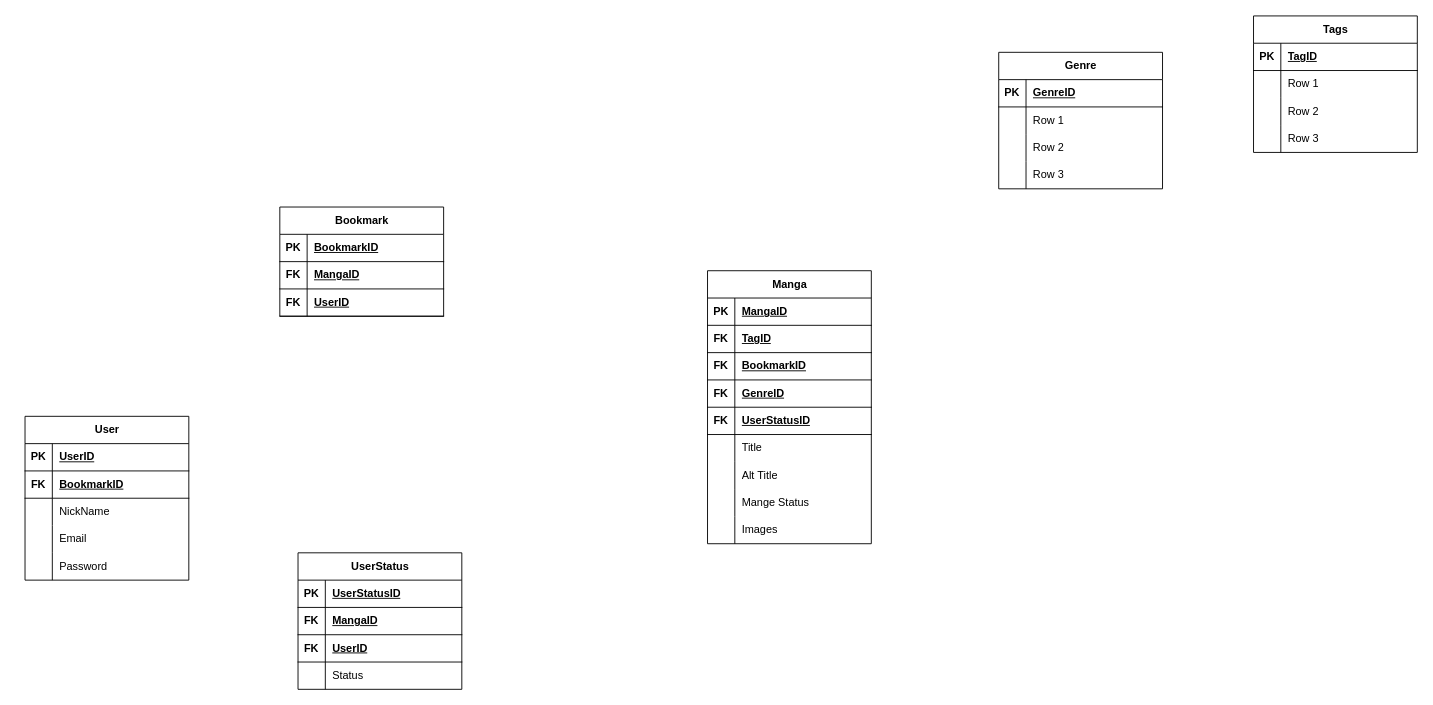
Above: Untitled Diagram.drawio in ArataKido/MangaLore (draw.io), before the change. Source tidied: cells renumbered, new cells numbered last; positions are measured from the earlier drawing's top-left corner, leaving out a move shared by most shapes. Both pictures are drawn from the tidied source at 91%, with x=0, y=0 at pixel (25, 15).
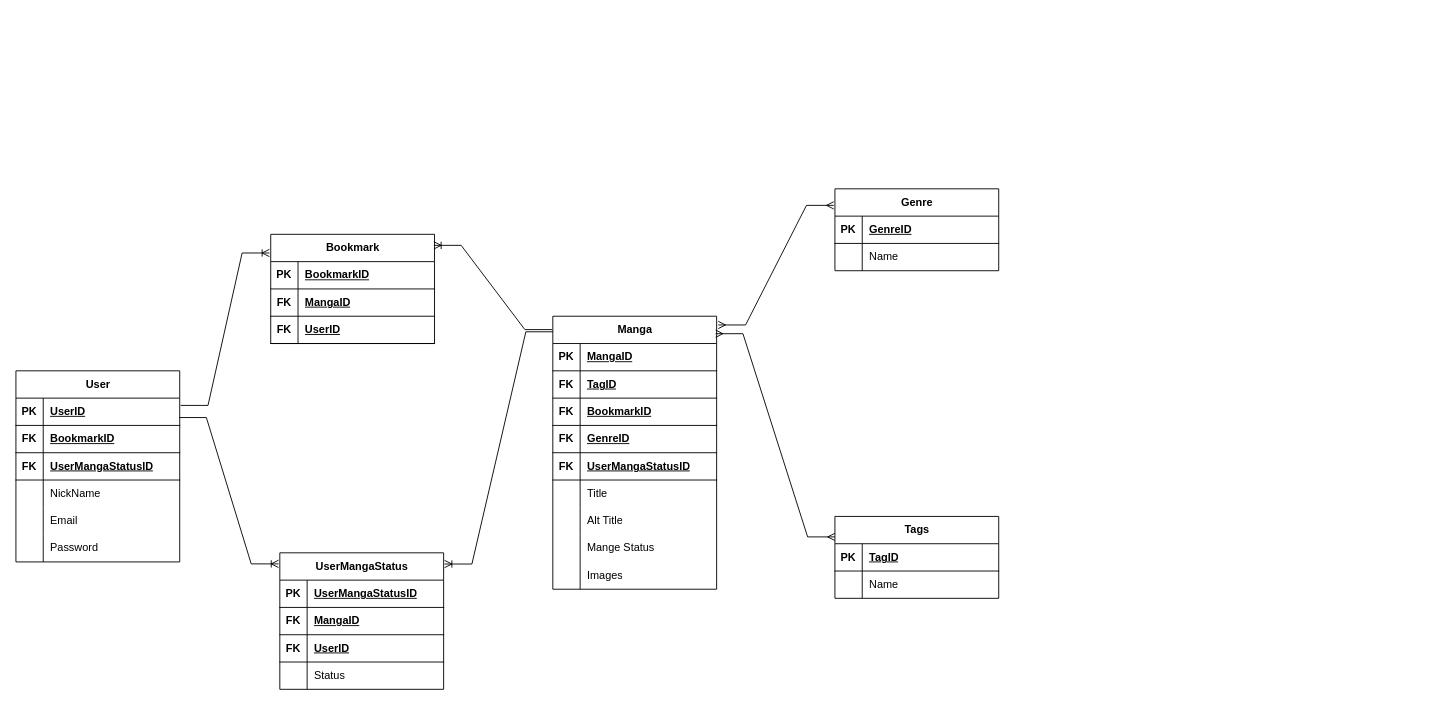
The same diagram, later.

Commit message:
Database Design v1.3

Unchanged cells that the change refers to:
```xml
<mxCell id="15" style="shape=tableRow;horizontal=0;startSize=0;swimlaneHead=0;swimlaneBody=0;fillColor=none;top=0;left=0;right=0;bottom=1;" parent="2" vertex="1">
  <mxGeometry y="150" width="180" height="30" as="geometry" />
</mxCell>
<mxCell id="31" style="shape=tableRow;horizontal=0;startSize=0;swimlaneHead=0;swimlaneBody=0;fillColor=none;points=[[0,0.5],[1,0.5]];portConstraint=eastwest;top=0;left=0;right=0;bottom=1;" parent="30" vertex="1">
  <mxGeometry y="30" width="180" height="30" as="geometry" />
</mxCell>
<mxCell id="50" style="shape=tableRow;horizontal=0;startSize=0;swimlaneHead=0;swimlaneBody=0;fillColor=none;top=0;left=0;right=0;bottom=0;" parent="46" vertex="1">
  <mxGeometry y="60" width="180" height="30" as="geometry" />
</mxCell>
<mxCell id="63" style="shape=tableRow;horizontal=0;startSize=0;swimlaneHead=0;swimlaneBody=0;fillColor=none;top=0;left=0;right=0;bottom=0;" parent="59" vertex="1">
  <mxGeometry y="60" width="180" height="30" as="geometry" />
</mxCell>
<mxCell id="83" style="shape=tableRow;horizontal=0;startSize=0;swimlaneHead=0;swimlaneBody=0;fillColor=none;top=0;left=0;right=0;bottom=1;" parent="82" vertex="1">
  <mxGeometry y="30" width="180" height="30" as="geometry" />
</mxCell>
```

Diff of the diagram source:
```diff
@@
     <mxCell id="2" value="Manga" style="shape=table;startSize=30;childLayout=tableLayout;rowLines=0;fontStyle=1;align=center;html=1;" parent="1" vertex="1">
-      <mxGeometry x="750" y="280" width="180" height="300" as="geometry" />
+      <mxGeometry x="580" y="330" width="180" height="300" as="geometry" />
     </mxCell>
@@
-    <mxCell id="17" value="UserStatusID" style="shape=partialRectangle;fillColor=none;top=0;left=0;bottom=0;right=0;align=left;spacingLeft=6;fontStyle=5;overflow=hidden;whiteSpace=wrap;html=1;" parent="15" vertex="1">
+    <mxCell id="17" value="UserMangaStatusID" style="shape=partialRectangle;fillColor=none;top=0;left=0;bottom=0;right=0;align=left;spacingLeft=6;fontStyle=5;overflow=hidden;whiteSpace=wrap;html=1;" parent="15" vertex="1">
       <mxGeometry x="30" width="150" height="30" as="geometry" />
     </mxCell>
@@
     <mxCell id="30" value="User" style="shape=table;startSize=30;childLayout=tableLayout;rowLines=0;fontStyle=1;align=center;html=1;" parent="1" vertex="1">
-      <mxGeometry y="440" width="180" height="180" as="geometry" />
+      <mxGeometry x="-10" y="390" width="180" height="210" as="geometry" />
     </mxCell>
@@
+    <mxCell id="95" style="shape=tableRow;horizontal=0;startSize=0;swimlaneHead=0;swimlaneBody=0;fillColor=none;top=0;left=0;right=0;bottom=1;" parent="30" vertex="1">
+      <mxGeometry y="90" width="180" height="30" as="geometry" />
+    </mxCell>
+    <mxCell id="96" value="FK" style="shape=partialRectangle;fillColor=none;top=0;left=0;bottom=0;right=0;fontStyle=1;overflow=hidden;whiteSpace=wrap;html=1;" parent="95" vertex="1">
+      <mxGeometry width="30" height="30" as="geometry" />
+    </mxCell>
+    <mxCell id="97" value="UserMangaStatusID" style="shape=partialRectangle;fillColor=none;top=0;left=0;bottom=0;right=0;align=left;spacingLeft=6;fontStyle=5;overflow=hidden;whiteSpace=wrap;html=1;" parent="95" vertex="1">
+      <mxGeometry x="30" width="150" height="30" as="geometry" />
+    </mxCell>
     <mxCell id="37" style="shape=tableRow;horizontal=0;startSize=0;swimlaneHead=0;swimlaneBody=0;fillColor=none;top=0;left=0;right=0;bottom=0;" parent="30" vertex="1">
-      <mxGeometry y="90" width="180" height="30" as="geometry" />
+      <mxGeometry y="120" width="180" height="30" as="geometry" />
     </mxCell>
@@
     <mxCell id="40" style="shape=tableRow;horizontal=0;startSize=0;swimlaneHead=0;swimlaneBody=0;fillColor=none;top=0;left=0;right=0;bottom=0;" parent="30" vertex="1">
-      <mxGeometry y="120" width="180" height="30" as="geometry" />
+      <mxGeometry y="150" width="180" height="30" as="geometry" />
     </mxCell>
@@
     <mxCell id="43" style="shape=tableRow;horizontal=0;startSize=0;swimlaneHead=0;swimlaneBody=0;fillColor=none;top=0;left=0;right=0;bottom=0;" parent="30" vertex="1">
-      <mxGeometry y="150" width="180" height="30" as="geometry" />
+      <mxGeometry y="180" width="180" height="30" as="geometry" />
     </mxCell>
@@
     <mxCell id="46" value="Genre" style="shape=table;startSize=30;childLayout=tableLayout;rowLines=0;fontStyle=1;align=center;html=1;" parent="1" vertex="1">
-      <mxGeometry x="1070" y="40" width="180" height="150" as="geometry" />
+      <mxGeometry x="890" y="190" width="180" height="90" as="geometry" />
     </mxCell>
@@
-    <mxCell id="52" value="Row 1" style="shape=partialRectangle;fillColor=none;top=0;left=0;bottom=0;right=0;align=left;spacingLeft=6;overflow=hidden;whiteSpace=wrap;html=1;" parent="50" vertex="1">
+    <mxCell id="52" value="Name" style="shape=partialRectangle;fillColor=none;top=0;left=0;bottom=0;right=0;align=left;spacingLeft=6;overflow=hidden;whiteSpace=wrap;html=1;" parent="50" vertex="1">
       <mxGeometry x="30" width="150" height="30" as="geometry" />
     </mxCell>
-    <mxCell id="53" style="shape=tableRow;horizontal=0;startSize=0;swimlaneHead=0;swimlaneBody=0;fillColor=none;top=0;left=0;right=0;bottom=0;" parent="46" vertex="1">
-      <mxGeometry y="90" width="180" height="30" as="geometry" />
-    </mxCell>
-    <mxCell id="54" style="shape=partialRectangle;fillColor=none;top=0;left=0;bottom=0;right=0;overflow=hidden;whiteSpace=wrap;html=1;" parent="53" vertex="1">
-      <mxGeometry width="30" height="30" as="geometry" />
-    </mxCell>
-    <mxCell id="55" value="Row 2" style="shape=partialRectangle;fillColor=none;top=0;left=0;bottom=0;right=0;align=left;spacingLeft=6;overflow=hidden;whiteSpace=wrap;html=1;" parent="53" vertex="1">
-      <mxGeometry x="30" width="150" height="30" as="geometry" />
-    </mxCell>
-    <mxCell id="56" style="shape=tableRow;horizontal=0;startSize=0;swimlaneHead=0;swimlaneBody=0;fillColor=none;top=0;left=0;right=0;bottom=0;" parent="46" vertex="1">
-      <mxGeometry y="120" width="180" height="30" as="geometry" />
-    </mxCell>
-    <mxCell id="57" style="shape=partialRectangle;fillColor=none;top=0;left=0;bottom=0;right=0;overflow=hidden;whiteSpace=wrap;html=1;" parent="56" vertex="1">
-      <mxGeometry width="30" height="30" as="geometry" />
-    </mxCell>
-    <mxCell id="58" value="Row 3" style="shape=partialRectangle;fillColor=none;top=0;left=0;bottom=0;right=0;align=left;spacingLeft=6;overflow=hidden;whiteSpace=wrap;html=1;" parent="56" vertex="1">
-      <mxGeometry x="30" width="150" height="30" as="geometry" />
-    </mxCell>
     <mxCell id="59" value="Tags" style="shape=table;startSize=30;childLayout=tableLayout;rowLines=0;fontStyle=1;align=center;html=1;" parent="1" vertex="1">
-      <mxGeometry x="1350" width="180" height="150" as="geometry" />
+      <mxGeometry x="890" y="550" width="180" height="90" as="geometry" />
     </mxCell>
@@
-    <mxCell id="65" value="Row 1" style="shape=partialRectangle;fillColor=none;top=0;left=0;bottom=0;right=0;align=left;spacingLeft=6;overflow=hidden;whiteSpace=wrap;html=1;" parent="63" vertex="1">
+    <mxCell id="65" value="Name" style="shape=partialRectangle;fillColor=none;top=0;left=0;bottom=0;right=0;align=left;spacingLeft=6;overflow=hidden;whiteSpace=wrap;html=1;" parent="63" vertex="1">
       <mxGeometry x="30" width="150" height="30" as="geometry" />
     </mxCell>
-    <mxCell id="66" style="shape=tableRow;horizontal=0;startSize=0;swimlaneHead=0;swimlaneBody=0;fillColor=none;top=0;left=0;right=0;bottom=0;" parent="59" vertex="1">
-      <mxGeometry y="90" width="180" height="30" as="geometry" />
-    </mxCell>
-    <mxCell id="67" style="shape=partialRectangle;fillColor=none;top=0;left=0;bottom=0;right=0;overflow=hidden;whiteSpace=wrap;html=1;" parent="66" vertex="1">
-      <mxGeometry width="30" height="30" as="geometry" />
-    </mxCell>
-    <mxCell id="68" value="Row 2" style="shape=partialRectangle;fillColor=none;top=0;left=0;bottom=0;right=0;align=left;spacingLeft=6;overflow=hidden;whiteSpace=wrap;html=1;" parent="66" vertex="1">
-      <mxGeometry x="30" width="150" height="30" as="geometry" />
-    </mxCell>
-    <mxCell id="69" style="shape=tableRow;horizontal=0;startSize=0;swimlaneHead=0;swimlaneBody=0;fillColor=none;top=0;left=0;right=0;bottom=0;" parent="59" vertex="1">
-      <mxGeometry y="120" width="180" height="30" as="geometry" />
-    </mxCell>
-    <mxCell id="70" style="shape=partialRectangle;fillColor=none;top=0;left=0;bottom=0;right=0;overflow=hidden;whiteSpace=wrap;html=1;" parent="69" vertex="1">
-      <mxGeometry width="30" height="30" as="geometry" />
-    </mxCell>
-    <mxCell id="71" value="Row 3" style="shape=partialRectangle;fillColor=none;top=0;left=0;bottom=0;right=0;align=left;spacingLeft=6;overflow=hidden;whiteSpace=wrap;html=1;" parent="69" vertex="1">
-      <mxGeometry x="30" width="150" height="30" as="geometry" />
-    </mxCell>
     <mxCell id="72" value="Bookmark" style="shape=table;startSize=30;childLayout=tableLayout;rowLines=0;fontStyle=1;align=center;html=1;" parent="1" vertex="1">
-      <mxGeometry x="280" y="210" width="180" height="120" as="geometry" />
+      <mxGeometry x="270" y="240" width="180" height="120" as="geometry" />
     </mxCell>
@@
-    <mxCell id="82" value="UserStatus" style="shape=table;startSize=30;childLayout=tableLayout;rowLines=0;fontStyle=1;align=center;html=1;" parent="1" vertex="1">
-      <mxGeometry x="300" y="590" width="180" height="150" as="geometry" />
+    <mxCell id="82" value="UserMangaStatus" style="shape=table;startSize=30;childLayout=tableLayout;rowLines=0;fontStyle=1;align=center;html=1;" parent="1" vertex="1">
+      <mxGeometry x="280" y="590" width="180" height="150" as="geometry" />
     </mxCell>
@@
-    <mxCell id="85" value="UserStatusID" style="shape=partialRectangle;fillColor=none;top=0;left=0;bottom=0;right=0;align=left;spacingLeft=6;fontStyle=5;overflow=hidden;whiteSpace=wrap;html=1;" parent="83" vertex="1">
+    <mxCell id="85" value="UserMangaStatusID" style="shape=partialRectangle;fillColor=none;top=0;left=0;bottom=0;right=0;align=left;spacingLeft=6;fontStyle=5;overflow=hidden;whiteSpace=wrap;html=1;" parent="83" vertex="1">
       <mxGeometry x="30" width="150" height="30" as="geometry" />
     </mxCell>
@@
+    <mxCell id="98" style="edgeStyle=entityRelationEdgeStyle;fontSize=12;html=1;endArrow=ERoneToMany;rounded=0;exitX=0.996;exitY=0.711;exitDx=0;exitDy=0;exitPerimeter=0;entryX=-0.008;entryY=0.081;entryDx=0;entryDy=0;entryPerimeter=0;" parent="1" edge="1" source="31" target="82">
+      <mxGeometry relative="1" as="geometry" />
+    </mxCell>
+    <mxCell id="99" style="edgeStyle=entityRelationEdgeStyle;fontSize=12;html=1;endArrow=ERoneToMany;rounded=0;exitX=1.006;exitY=0.267;exitDx=0;exitDy=0;exitPerimeter=0;entryX=-0.008;entryY=0.171;entryDx=0;entryDy=0;entryPerimeter=0;" parent="1" edge="1" source="31" target="72">
+      <mxGeometry relative="1" as="geometry" />
+    </mxCell>
+    <mxCell id="100" style="edgeStyle=entityRelationEdgeStyle;fontSize=12;html=1;endArrow=ERoneToMany;rounded=0;entryX=0.996;entryY=0.101;entryDx=0;entryDy=0;exitX=-0.004;exitY=0.049;exitDx=0;exitDy=0;exitPerimeter=0;entryPerimeter=0;" parent="1" edge="1" source="2" target="72">
+      <mxGeometry relative="1" as="geometry" />
+    </mxCell>
+    <mxCell id="101" style="edgeStyle=entityRelationEdgeStyle;fontSize=12;html=1;endArrow=ERoneToMany;rounded=0;entryX=1.006;entryY=0.082;entryDx=0;entryDy=0;entryPerimeter=0;exitX=0.002;exitY=0.057;exitDx=0;exitDy=0;exitPerimeter=0;" parent="1" edge="1" source="2" target="82">
+      <mxGeometry relative="1" as="geometry" />
+    </mxCell>
+    <mxCell id="102" style="edgeStyle=entityRelationEdgeStyle;fontSize=12;html=1;endArrow=ERmany;startArrow=ERmany;rounded=0;entryX=0;entryY=0.25;entryDx=0;entryDy=0;exitX=0.994;exitY=0.064;exitDx=0;exitDy=0;exitPerimeter=0;" parent="1" edge="1" source="2" target="59">
+      <mxGeometry relative="1" as="geometry" />
+    </mxCell>
+    <mxCell id="103" style="edgeStyle=entityRelationEdgeStyle;fontSize=12;html=1;endArrow=ERmany;startArrow=ERmany;rounded=0;entryX=-0.007;entryY=0.202;entryDx=0;entryDy=0;entryPerimeter=0;exitX=1.01;exitY=0.032;exitDx=0;exitDy=0;exitPerimeter=0;" parent="1" edge="1" source="2" target="46">
+      <mxGeometry relative="1" as="geometry" />
+    </mxCell>
```
